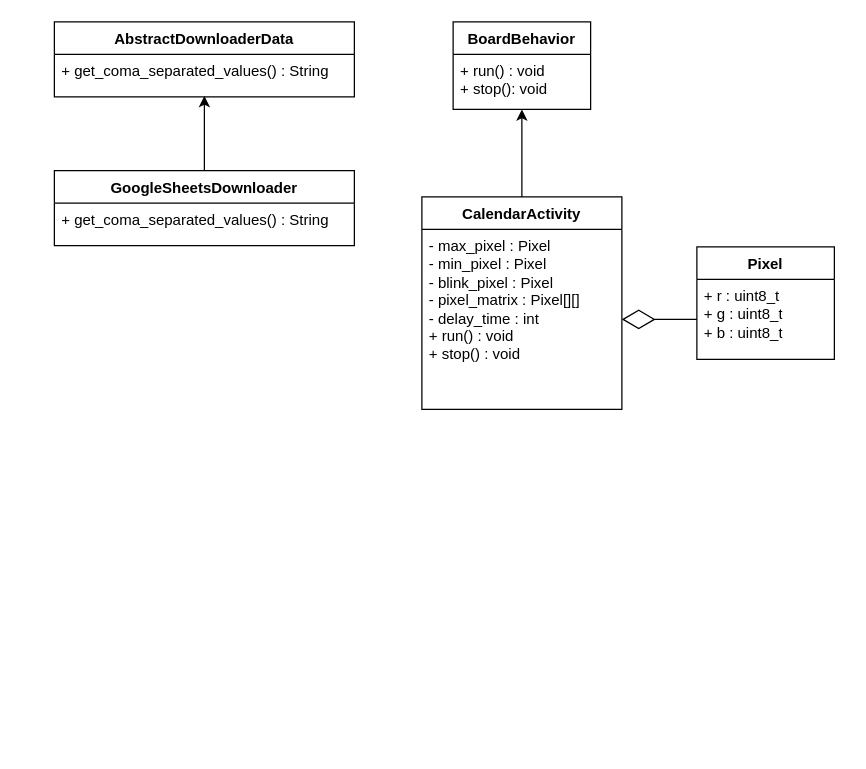
coppermilk/esp32_pixelflow keeps this draw.io diagram as class_diagram.drawio. Above is the earlier version. Source tidied: cells renumbered, new cells numbered last; positions are measured from the earlier drawing's top-left corner, leaving out a move shared by most shapes. Both pictures are drawn from the tidied source at 125%, with x=0, y=0 at pixel (54, 21).
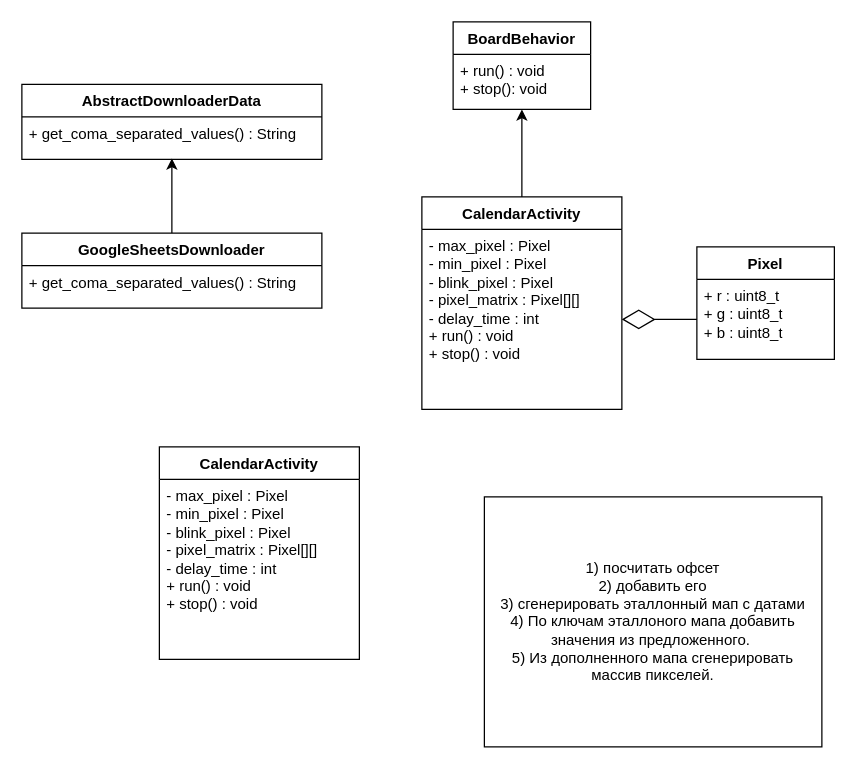
The same diagram, later.

Change to the diagram source:
```diff
@@
     <mxCell id="2" value="AbstractDownloaderData" style="swimlane;fontStyle=1;align=center;verticalAlign=top;horizontal=1;startSize=26;whiteSpace=wrap;html=1;rounded=1;shadow=0;arcSize=0;" parent="1" vertex="1">
-      <mxGeometry width="240" height="60" as="geometry" />
+      <mxGeometry x="-26" y="50" width="240" height="60" as="geometry" />
     </mxCell>
@@
     <mxCell id="5" value="GoogleSheetsDownloader" style="swimlane;fontStyle=1;align=center;verticalAlign=top;horizontal=1;startSize=26;whiteSpace=wrap;html=1;rounded=1;shadow=0;arcSize=0;" parent="1" vertex="1">
-      <mxGeometry y="119" width="240" height="60" as="geometry" />
+      <mxGeometry x="-26" y="169" width="240" height="60" as="geometry" />
     </mxCell>
@@
+    <mxCell id="18" value="CalendarActivity" style="swimlane;fontStyle=1;align=center;verticalAlign=top;horizontal=1;startSize=26;whiteSpace=wrap;html=1;rounded=1;shadow=0;arcSize=0;" parent="1" vertex="1">
+      <mxGeometry x="84" y="340" width="160" height="170" as="geometry" />
+    </mxCell>
+    <mxCell id="19" value="- max_pixel : Pixel&lt;br&gt;- min_pixel : Pixel&lt;br&gt;- blink_pixel : Pixel&lt;br&gt;- pixel_matrix : Pixel[][]&lt;br&gt;- delay_time : int&lt;br&gt;+ run() : void&lt;br&gt;+ stop() : void" style="text;strokeColor=none;fillColor=none;align=left;verticalAlign=top;spacingLeft=4;spacingRight=4;overflow=hidden;points=[[0,0.5],[1,0.5]];portConstraint=eastwest;whiteSpace=wrap;html=1;" parent="18" vertex="1">
+      <mxGeometry y="26" width="160" height="144" as="geometry" />
+    </mxCell>
+    <mxCell id="20" style="edgeStyle=orthogonalEdgeStyle;rounded=0;orthogonalLoop=1;jettySize=auto;html=1;exitX=1;exitY=0.5;exitDx=0;exitDy=0;" parent="18" edge="1" source="19" target="19">
+      <mxGeometry relative="1" as="geometry" />
+    </mxCell>
+    <mxCell id="21" value="1) посчитать офсет&lt;br&gt;2) добавить его&lt;br&gt;3) сгенерировать эталлонный мап с датами&lt;br&gt;4) По ключам эталлоного мапа добавить значения из предложенного.&amp;nbsp;&lt;br&gt;5) Из дополненного мапа сгенерировать массив пикселей." style="html=1;whiteSpace=wrap;" parent="1" vertex="1">
+      <mxGeometry x="344" y="380" width="270" height="200" as="geometry" />
+    </mxCell>
```
